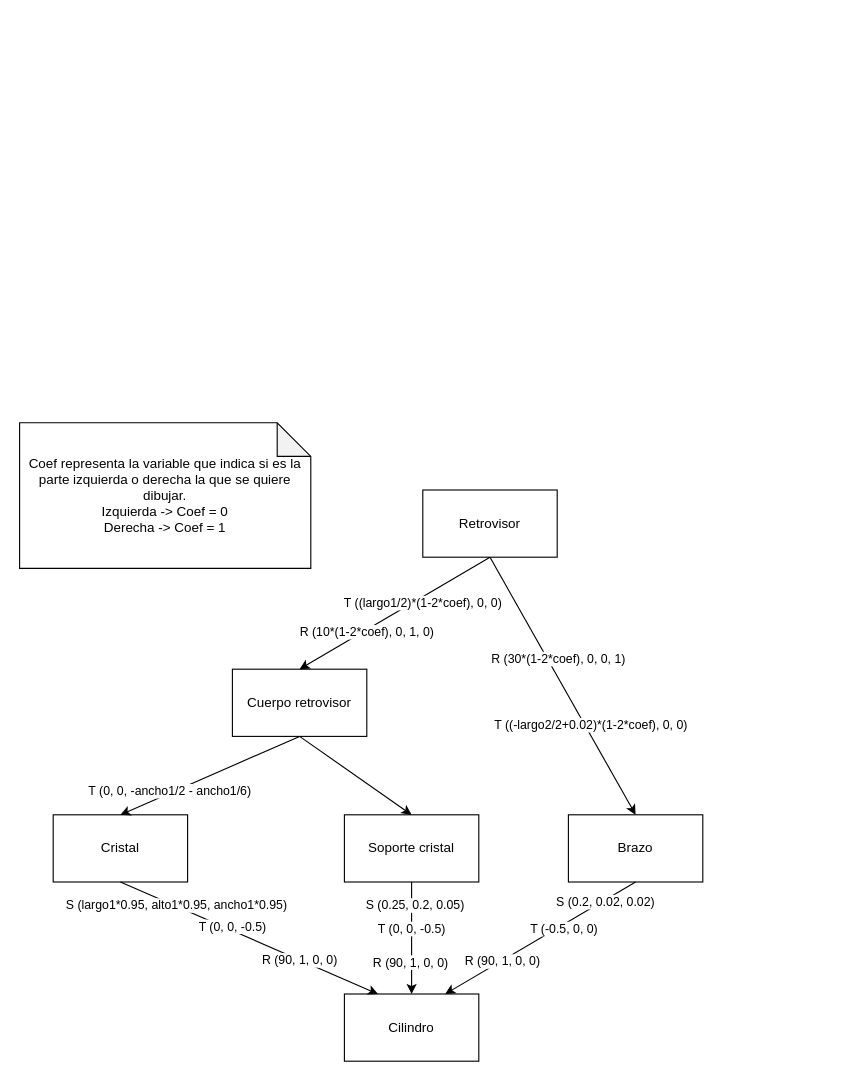
jorgelerre/descapotable keeps this draw.io diagram as page "Puerta - Retrovisor" (5 of 6) of grafo_escena.drawio. Above is the earlier version. Source tidied: cells renumbered, new cells numbered last; positions are measured from the earlier drawing's top-left corner, leaving out a move shared by most shapes. Both pictures are drawn from the tidied source at 112%, with x=0, y=0 at pixel (19, 422).
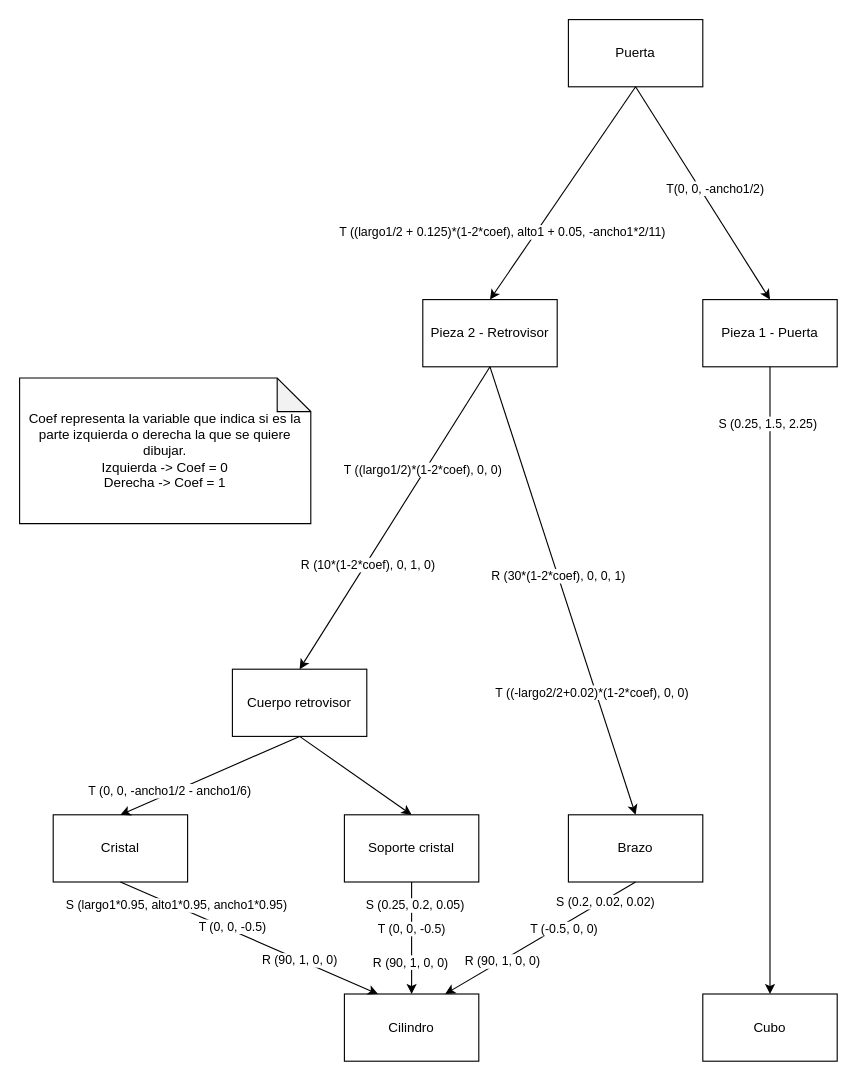
The same page after the edit.

Commit message:
Grafo puerta

What changed in the source:
```diff
@@
-    <mxCell id="2" value="Retrovisor" style="rounded=0;whiteSpace=wrap;html=1;" parent="1" vertex="1">
-      <mxGeometry x="360" y="60" width="120" height="60" as="geometry" />
+    <mxCell id="2" value="Pieza 2 - Retrovisor" style="rounded=0;whiteSpace=wrap;html=1;" parent="1" vertex="1">
+      <mxGeometry x="360" y="-110" width="120" height="60" as="geometry" />
     </mxCell>
@@
     <mxCell id="29" value="Coef representa la variable que indica si es la parte izquierda o derecha la que se quiere dibujar.&lt;br&gt;Izquierda -&amp;gt; Coef = 0&lt;br&gt;Derecha -&amp;gt; Coef = 1" style="shape=note;whiteSpace=wrap;html=1;backgroundOutline=1;darkOpacity=0.05;" parent="1" vertex="1">
-      <mxGeometry width="260" height="130" as="geometry" />
+      <mxGeometry y="-40" width="260" height="130" as="geometry" />
     </mxCell>
+    <mxCell id="30" value="Cubo" style="rounded=0;whiteSpace=wrap;html=1;" parent="1" vertex="1">
+      <mxGeometry x="610" y="510" width="120" height="60" as="geometry" />
+    </mxCell>
+    <mxCell id="31" value="Pieza 1 - Puerta" style="rounded=0;whiteSpace=wrap;html=1;" parent="1" vertex="1">
+      <mxGeometry x="610" y="-110" width="120" height="60" as="geometry" />
+    </mxCell>
+    <mxCell id="32" style="endArrow=classic;html=1;rounded=0;exitX=0.5;exitY=1;exitDx=0;exitDy=0;entryX=0.5;entryY=0;entryDx=0;entryDy=0;" parent="1" edge="1" source="31" target="30">
+      <mxGeometry relative="1" as="geometry" />
+    </mxCell>
+    <mxCell id="33" value="S (0.25, 1.5, 2.25)" style="edgeLabel;html=1;align=center;verticalAlign=middle;" parent="32" vertex="1">
+      <mxGeometry x="0.38" y="-3" relative="1" as="geometry">
+        <mxPoint y="-336" as="offset" />
+      </mxGeometry>
+    </mxCell>
+    <mxCell id="34" value="Puerta" style="rounded=0;whiteSpace=wrap;html=1;" parent="1" vertex="1">
+      <mxGeometry x="490" y="-360" width="120" height="60" as="geometry" />
+    </mxCell>
+    <mxCell id="35" style="endArrow=classic;html=1;rounded=0;exitX=0.5;exitY=1;exitDx=0;exitDy=0;entryX=0.5;entryY=0;entryDx=0;entryDy=0;" parent="1" edge="1" source="34" target="2">
+      <mxGeometry relative="1" as="geometry" />
+    </mxCell>
+    <mxCell id="36" value="T ((largo1/2 + 0.125)*(1-2*coef), alto1 + 0.05, -ancho1*2/11)" style="edgeLabel;html=1;align=center;verticalAlign=middle;" parent="35" vertex="1">
+      <mxGeometry x="0.47" y="2" relative="1" as="geometry">
+        <mxPoint x="-26" y="-11" as="offset" />
+      </mxGeometry>
+    </mxCell>
+    <mxCell id="37" style="endArrow=classic;html=1;rounded=0;exitX=0.5;exitY=1;exitDx=0;exitDy=0;entryX=0.5;entryY=0;entryDx=0;entryDy=0;" parent="1" edge="1" source="34" target="31">
+      <mxGeometry relative="1" as="geometry" />
+    </mxCell>
+    <mxCell id="38" value="T(0, 0, -ancho1/2)" style="edgeLabel;html=1;align=center;verticalAlign=middle;" parent="37" vertex="1">
+      <mxGeometry x="0.62" y="4" relative="1" as="geometry">
+        <mxPoint x="-30" y="-61" as="offset" />
+      </mxGeometry>
+    </mxCell>
```
